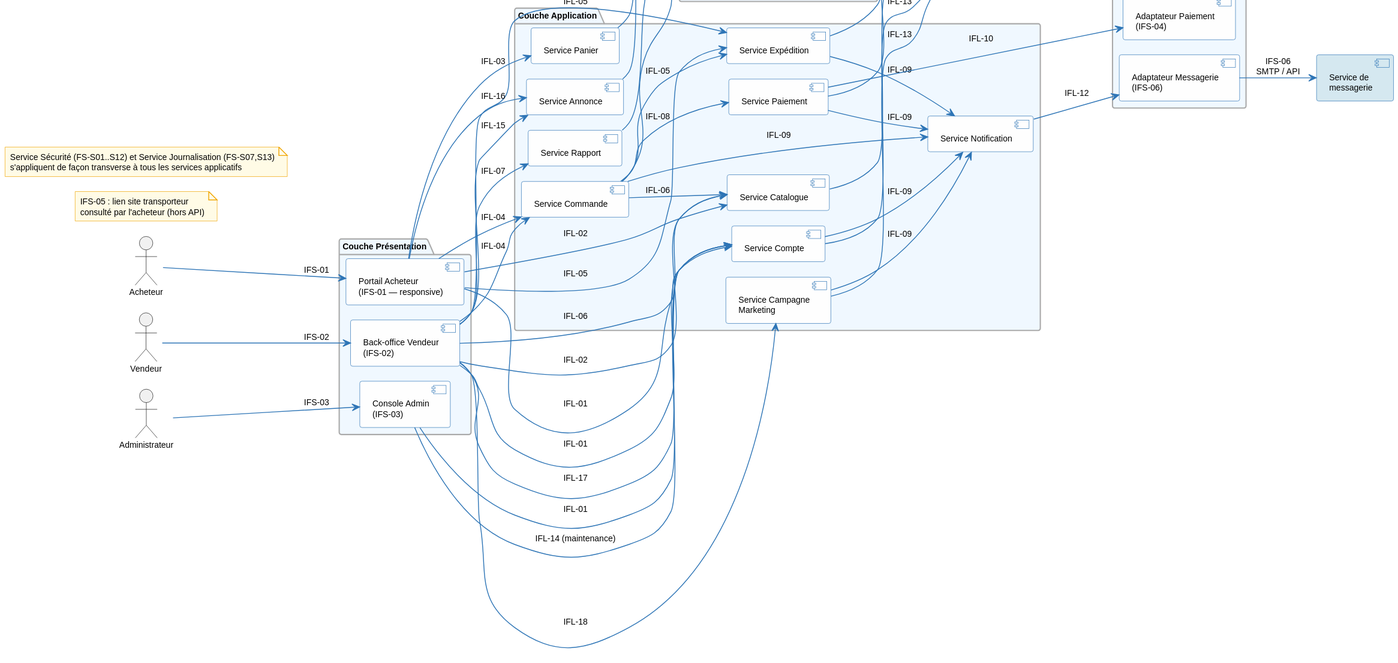
This is architecture/03-logical-architecture/diagrams/la-components.svg from louistalvande/online_shop, a PlantUML export, as it was before one commit.
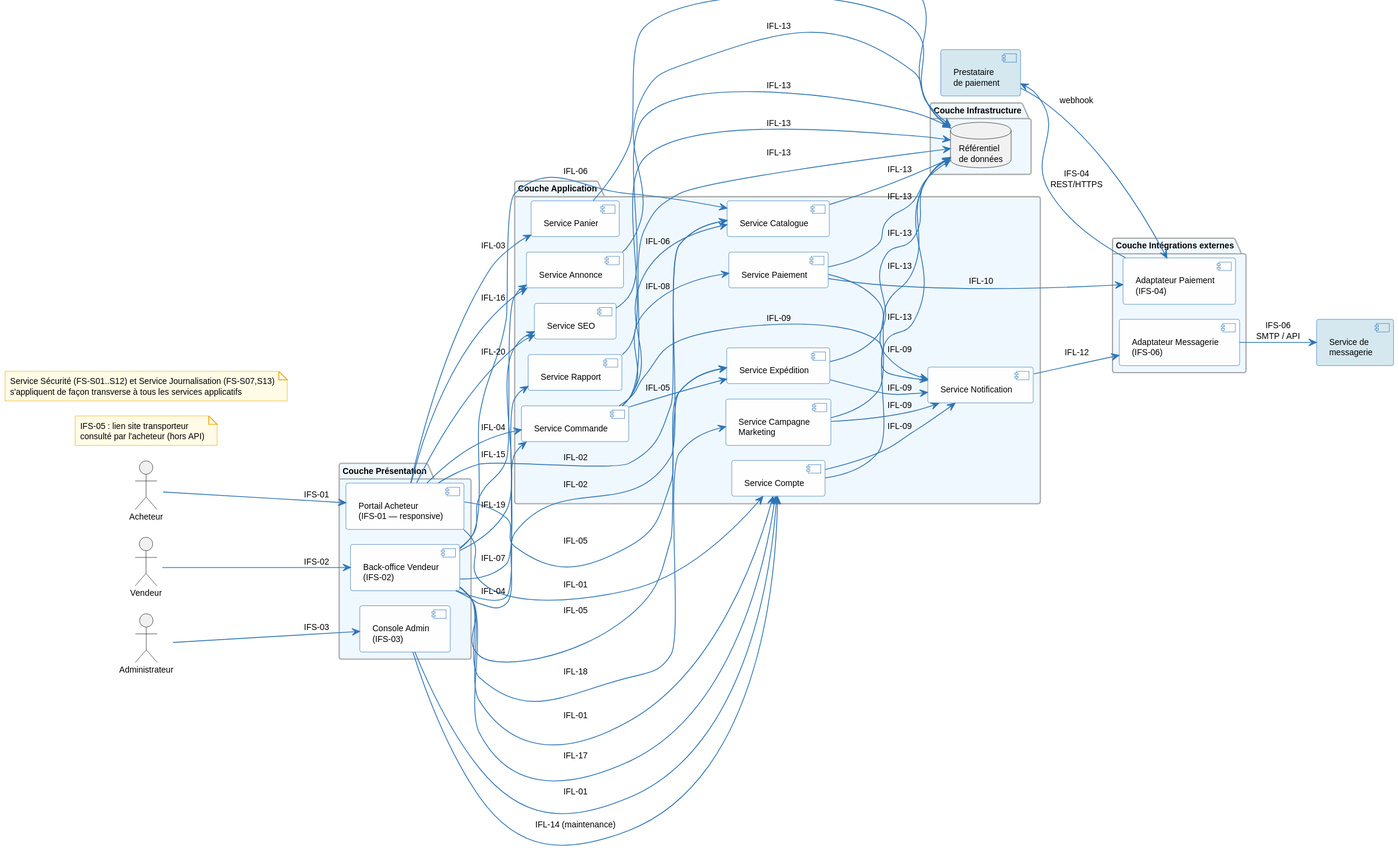
After the commit.

Change to the diagram source:
```diff
@@ -30,6 +30,7 @@
   [Service Rapport] as SvcReport
   [Service Annonce] as SvcAnnounce
   [Service Campagne\nMarketing] as SvcCampaign
+  [Service SEO] as SvcSeo
 }
 
 package "Couche Sécurité & Journalisation (transverse)" {
@@ -69,8 +70,10 @@
 UI_Vendor --> SvcAnnounce : IFL-15
 UI_Vendor --> SvcAccount : IFL-17
 UI_Vendor --> SvcCampaign : IFL-18
+UI_Vendor --> SvcSeo : IFL-19
 
 UI_Buyer --> SvcAnnounce : IFL-16
+UI_Buyer --> SvcSeo : IFL-20
 
 UI_Admin --> SvcAccount : IFL-01
 UI_Admin --> SvcAccount : IFL-14 (maintenance)
@@ -100,6 +103,7 @@
 SvcAnnounce --> DB : IFL-13
 SvcCampaign --> SvcNotif : IFL-09
 SvcCampaign --> DB : IFL-13
+SvcSeo --> DB : IFL-13
 SvcLog --> DB : IFL-13
 
 note "Service Sécurité (FS-S01..S12) et Service Journalisation (FS-S07,S13)\ns'appliquent de façon transverse à tous les services applicatifs" as NoteSecLog
```
